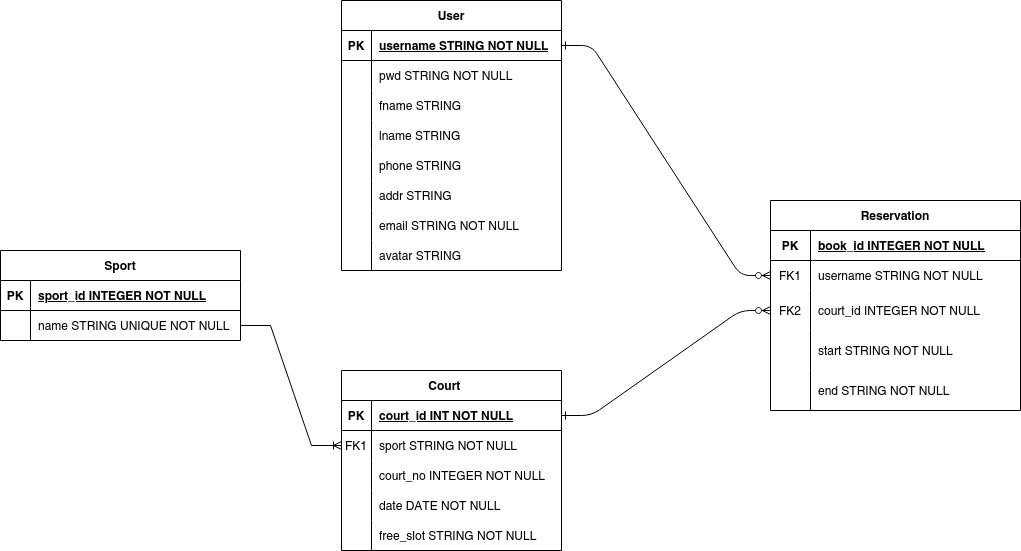
Above: uploads/PWP-BYC-diagram.png in tuminguyen/PWP (draw.io), before the change. Source tidied: cells renumbered, new cells last; positions are measured from the earlier drawing's top-left corner, leaving out a move shared by most shapes.
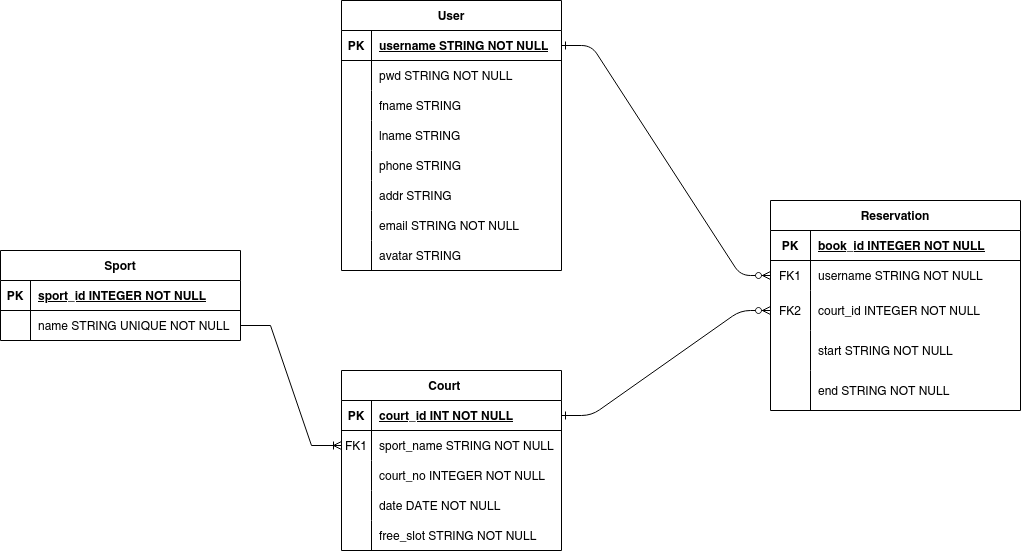
After the change.

Commit message:
update diagram on wiki

Change to the diagram source:
```diff
@@ -92,7 +92,7 @@
     <mxCell id="31" value="FK1" style="shape=partialRectangle;fillColor=none;top=0;left=0;bottom=0;right=0;overflow=hidden;" parent="30" vertex="1">
       <mxGeometry width="30" height="30" as="geometry" />
     </mxCell>
-    <mxCell id="32" value="sport STRING NOT NULL    " style="shape=partialRectangle;fillColor=none;top=0;left=0;bottom=0;right=0;align=left;spacingLeft=6;overflow=hidden;" parent="30" vertex="1">
+    <mxCell id="32" value="sport_name STRING NOT NULL    " style="shape=partialRectangle;fillColor=none;top=0;left=0;bottom=0;right=0;align=left;spacingLeft=6;overflow=hidden;" parent="30" vertex="1">
       <mxGeometry x="30" width="190" height="30" as="geometry" />
     </mxCell>
     <mxCell id="33" style="shape=tableRow;horizontal=0;startSize=0;swimlaneHead=0;swimlaneBody=0;fillColor=none;top=0;left=0;right=0;bottom=0;" parent="26" vertex="1">
```
